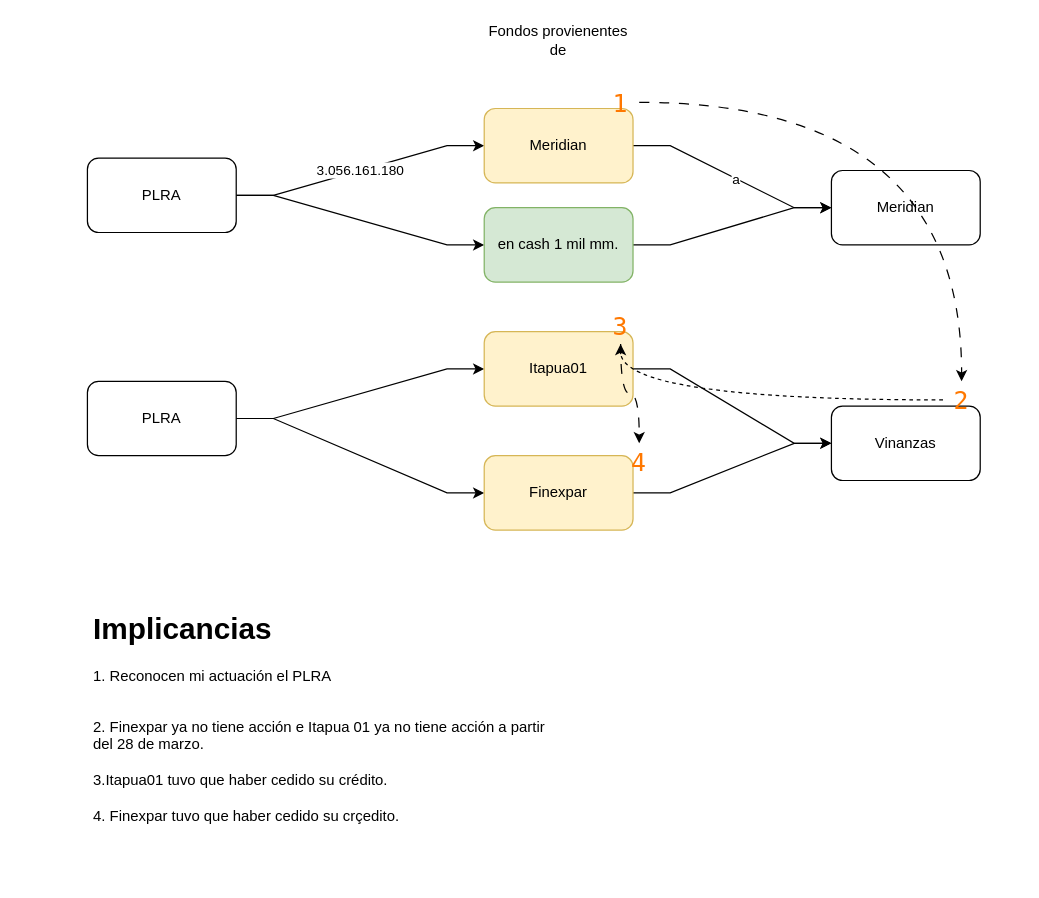
Earlier version of the draw.io diagram picnic.drawio (FriendsAtDawn/drawio). Source tidied: cells renumbered, new cells numbered last; positions are measured from the earlier drawing's top-left corner, leaving out a move shared by most shapes. Both pictures are drawn from the tidied source at 124%, with x=0, y=0 at pixel (87, 21).
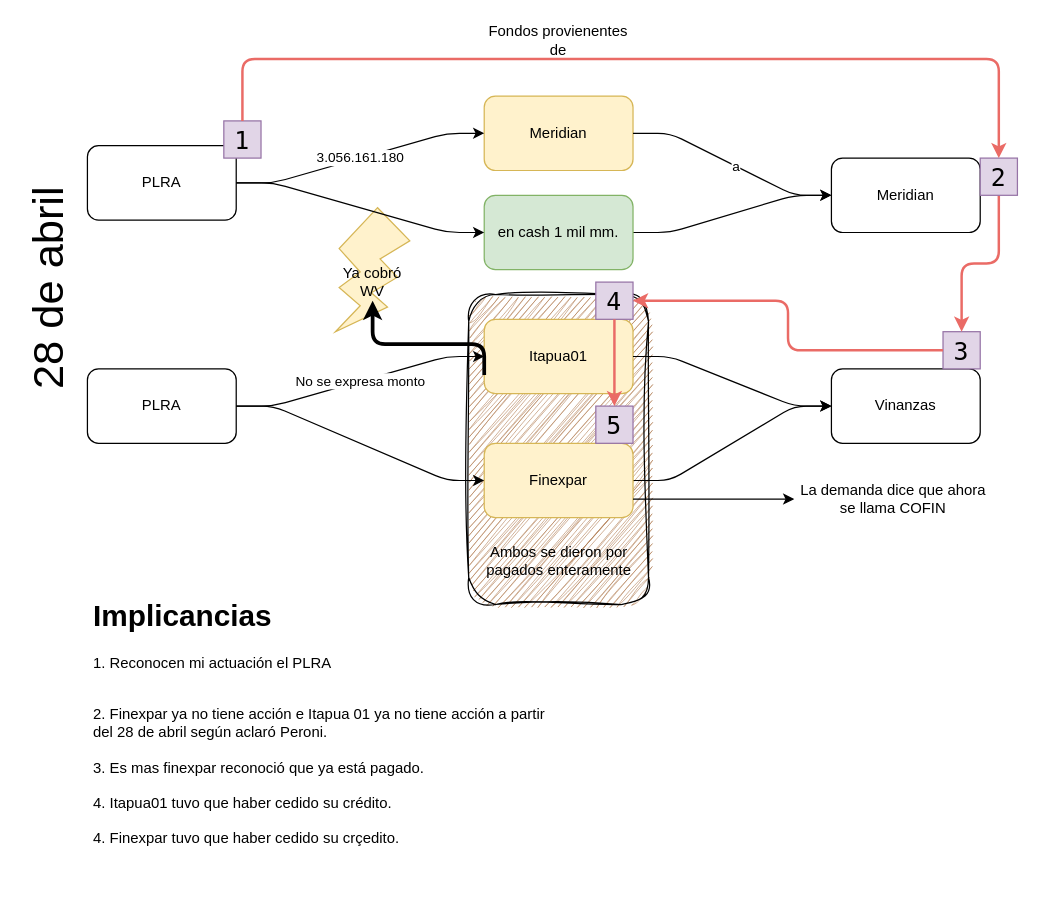
Above is the later version.

Change to the diagram source:
```diff
@@
+    <mxCell id="14" value="Fondos provienentes de" style="text;html=1;strokeColor=none;fillColor=none;align=center;verticalAlign=middle;whiteSpace=wrap;rounded=0;" parent="1" vertex="1">
+      <mxGeometry x="315" width="130" height="30" as="geometry" />
+    </mxCell>
+    <mxCell id="28" style="group;" parent="1" vertex="1">
+      <mxGeometry x="-47.5" y="30" width="797.5" height="650" as="geometry" />
+    </mxCell>
+    <mxCell id="29" style="verticalLabelPosition=bottom;verticalAlign=top;html=1;shape=mxgraph.basic.flash;fillColor=#fff2cc;strokeColor=#d6b656;" parent="28" vertex="1">
+      <mxGeometry x="247.5" y="120" width="60" height="100" as="geometry" />
+    </mxCell>
+    <mxCell id="30" style="rounded=1;whiteSpace=wrap;html=1;gradientColor=none;sketch=1;curveFitting=1;jiggle=2;fillColor=#b5835a;" parent="28" vertex="1">
+      <mxGeometry x="355" y="190" width="145" height="250" as="geometry" />
+    </mxCell>
+    <mxCell id="4" value="PLRA" style="rounded=1;whiteSpace=wrap;html=1;" parent="28" vertex="1">
+      <mxGeometry x="47.5" y="70" width="120" height="60" as="geometry" />
+    </mxCell>
+    <mxCell id="7" value="Meridian" style="rounded=1;whiteSpace=wrap;html=1;fillColor=#fff2cc;strokeColor=#d6b656;" parent="28" vertex="1">
+      <mxGeometry x="367.5" y="30" width="120" height="60" as="geometry" />
+    </mxCell>
-    <mxCell id="2" value="&lt;div&gt;3.056.161.180&lt;/div&gt;" style="edgeStyle=entityRelationEdgeStyle;rounded=0;jettySize=auto;html=1;" parent="1" edge="1" source="4" target="7">
+    <mxCell id="2" value="&lt;div&gt;3.056.161.180&lt;/div&gt;" style="edgeStyle=entityRelationEdgeStyle;rounded=1;jettySize=auto;html=1;strokeColor=default;" parent="28" edge="1" source="4" target="7">
       <mxGeometry relative="1" as="geometry" />
     </mxCell>
-    <mxCell id="3" style="edgeStyle=entityRelationEdgeStyle;rounded=0;jettySize=auto;html=1;exitX=1;exitY=0.5;exitDx=0;exitDy=0;entryX=0;entryY=0.5;entryDx=0;entryDy=0;" parent="1" edge="1" source="4" target="16">
-      <mxGeometry relative="1" as="geometry" />
-    </mxCell>
-    <mxCell id="4" value="PLRA" style="rounded=1;whiteSpace=wrap;html=1;" parent="1" vertex="1">
-      <mxGeometry y="110" width="120" height="60" as="geometry" />
-    </mxCell>
+    <mxCell id="10" value="PLRA" style="rounded=1;whiteSpace=wrap;html=1;" parent="28" vertex="1">
+      <mxGeometry x="47.5" y="250" width="120" height="60" as="geometry" />
+    </mxCell>
+    <mxCell id="12" value="Itapua01" style="rounded=1;whiteSpace=wrap;html=1;fillColor=#fff2cc;strokeColor=#d6b656;" parent="28" vertex="1">
+      <mxGeometry x="367.5" y="210" width="120" height="60" as="geometry" />
+    </mxCell>
+    <mxCell id="8" value="No se expresa monto" style="edgeStyle=entityRelationEdgeStyle;rounded=1;jettySize=auto;html=1;strokeColor=default;" parent="28" edge="1" source="10" target="12">
+      <mxGeometry relative="1" as="geometry" />
+    </mxCell>
+    <mxCell id="13" value="Meridian" style="rounded=1;whiteSpace=wrap;html=1;" parent="28" vertex="1">
+      <mxGeometry x="647.5" y="80" width="120" height="60" as="geometry" />
+    </mxCell>
-    <mxCell id="5" style="edgeStyle=entityRelationEdgeStyle;rounded=0;jettySize=auto;html=1;" parent="1" edge="1" source="7" target="13">
+    <mxCell id="5" style="edgeStyle=entityRelationEdgeStyle;rounded=1;jettySize=auto;html=1;strokeColor=default;" parent="28" edge="1" source="7" target="13">
       <mxGeometry relative="1" as="geometry" />
     </mxCell>
@@
-    <mxCell id="7" value="Meridian" style="rounded=1;whiteSpace=wrap;html=1;fillColor=#fff2cc;strokeColor=#d6b656;" parent="1" vertex="1">
-      <mxGeometry x="320" y="70" width="120" height="60" as="geometry" />
-    </mxCell>
-    <mxCell id="8" style="edgeStyle=entityRelationEdgeStyle;rounded=0;jettySize=auto;html=1;" parent="1" edge="1" source="10" target="12">
-      <mxGeometry relative="1" as="geometry" />
-    </mxCell>
-    <mxCell id="9" style="edgeStyle=entityRelationEdgeStyle;rounded=0;jettySize=auto;html=1;exitX=1;exitY=0.5;exitDx=0;exitDy=0;entryX=0;entryY=0.5;entryDx=0;entryDy=0;" parent="1" edge="1" source="10" target="19">
-      <mxGeometry relative="1" as="geometry" />
-    </mxCell>
-    <mxCell id="10" value="PLRA" style="rounded=1;whiteSpace=wrap;html=1;" parent="1" vertex="1">
-      <mxGeometry y="290" width="120" height="60" as="geometry" />
-    </mxCell>
-    <mxCell id="11" style="edgeStyle=entityRelationEdgeStyle;rounded=0;jettySize=auto;html=1;" parent="1" edge="1" source="12" target="17">
-      <mxGeometry relative="1" as="geometry" />
-    </mxCell>
-    <mxCell id="12" value="Itapua01" style="rounded=1;whiteSpace=wrap;html=1;fillColor=#fff2cc;strokeColor=#d6b656;" parent="1" vertex="1">
-      <mxGeometry x="320" y="250" width="120" height="60" as="geometry" />
-    </mxCell>
-    <mxCell id="13" value="Meridian" style="rounded=1;whiteSpace=wrap;html=1;" parent="1" vertex="1">
-      <mxGeometry x="600" y="120" width="120" height="60" as="geometry" />
-    </mxCell>
-    <mxCell id="14" value="Fondos provienentes de" style="text;html=1;strokeColor=none;fillColor=none;align=center;verticalAlign=middle;whiteSpace=wrap;rounded=0;" parent="1" vertex="1">
-      <mxGeometry x="315" width="130" height="30" as="geometry" />
-    </mxCell>
-    <mxCell id="15" style="edgeStyle=entityRelationEdgeStyle;rounded=0;jettySize=auto;html=1;exitX=1;exitY=0.5;exitDx=0;exitDy=0;entryX=0;entryY=0.5;entryDx=0;entryDy=0;" parent="1" edge="1" source="16" target="13">
+    <mxCell id="15" style="edgeStyle=entityRelationEdgeStyle;rounded=1;jettySize=auto;html=1;exitX=1;exitY=0.5;exitDx=0;exitDy=0;entryX=0;entryY=0.5;entryDx=0;entryDy=0;strokeColor=default;" parent="28" edge="1" source="16" target="13">
       <mxGeometry relative="1" as="geometry" />
     </mxCell>
-    <mxCell id="16" value="en cash 1 mil mm." style="rounded=1;whiteSpace=wrap;html=1;fillColor=#d5e8d4;strokeColor=#82b366;" parent="1" vertex="1">
-      <mxGeometry x="320" y="150" width="120" height="60" as="geometry" />
+    <mxCell id="16" value="en cash 1 mil mm." style="rounded=1;whiteSpace=wrap;html=1;fillColor=#d5e8d4;strokeColor=#82b366;" parent="28" vertex="1">
+      <mxGeometry x="367.5" y="110" width="120" height="60" as="geometry" />
     </mxCell>
+    <mxCell id="3" style="edgeStyle=entityRelationEdgeStyle;rounded=1;jettySize=auto;html=1;exitX=1;exitY=0.5;exitDx=0;exitDy=0;entryX=0;entryY=0.5;entryDx=0;entryDy=0;strokeColor=default;" parent="28" edge="1" source="4" target="16">
+      <mxGeometry relative="1" as="geometry" />
+    </mxCell>
-    <mxCell id="17" value="Vinanzas" style="rounded=1;whiteSpace=wrap;html=1;" parent="1" vertex="1">
-      <mxGeometry x="600" y="310" width="120" height="60" as="geometry" />
+    <mxCell id="17" value="Vinanzas" style="rounded=1;whiteSpace=wrap;html=1;" parent="28" vertex="1">
+      <mxGeometry x="647.5" y="250" width="120" height="60" as="geometry" />
     </mxCell>
+    <mxCell id="11" style="edgeStyle=entityRelationEdgeStyle;rounded=1;jettySize=auto;html=1;strokeColor=default;" parent="28" edge="1" source="12" target="17">
+      <mxGeometry relative="1" as="geometry" />
+    </mxCell>
-    <mxCell id="18" style="edgeStyle=entityRelationEdgeStyle;rounded=0;jettySize=auto;html=1;exitX=1;exitY=0.5;exitDx=0;exitDy=0;entryX=0;entryY=0.5;entryDx=0;entryDy=0;" parent="1" edge="1" source="19" target="17">
+    <mxCell id="18" style="edgeStyle=entityRelationEdgeStyle;rounded=1;jettySize=auto;html=1;exitX=1;exitY=0.5;exitDx=0;exitDy=0;entryX=0;entryY=0.5;entryDx=0;entryDy=0;strokeColor=default;" parent="28" edge="1" source="19" target="17">
       <mxGeometry relative="1" as="geometry" />
     </mxCell>
-    <mxCell id="19" value="Finexpar" style="rounded=1;whiteSpace=wrap;html=1;fillColor=#fff2cc;strokeColor=#d6b656;" parent="1" vertex="1">
-      <mxGeometry x="320" y="350" width="120" height="60" as="geometry" />
+    <mxCell id="19" value="Finexpar" style="rounded=1;whiteSpace=wrap;html=1;fillColor=#fff2cc;strokeColor=#d6b656;" parent="28" vertex="1">
+      <mxGeometry x="367.5" y="310" width="120" height="60" as="geometry" />
     </mxCell>
+    <mxCell id="9" style="edgeStyle=entityRelationEdgeStyle;rounded=1;jettySize=auto;html=1;exitX=1;exitY=0.5;exitDx=0;exitDy=0;entryX=0;entryY=0.5;entryDx=0;entryDy=0;strokeColor=default;" parent="28" edge="1" source="10" target="19">
+      <mxGeometry relative="1" as="geometry" />
+    </mxCell>
-    <mxCell id="20" value="&lt;h1&gt;Implicancias&lt;/h1&gt;&lt;p&gt;1. Reconocen mi actuación el PLRA&lt;br&gt;&lt;/p&gt;&lt;div&gt;&lt;br&gt;&lt;/div&gt;&lt;div&gt;2. Finexpar ya no tiene acción e Itapua 01 ya no tiene acción a partir del 28 de marzo.&lt;/div&gt;&lt;div&gt;&lt;br&gt;&lt;/div&gt;&lt;div&gt;3.Itapua01 tuvo que haber cedido su crédito.&lt;/div&gt;&lt;div&gt;&lt;br&gt;&lt;/div&gt;&lt;div&gt;4. Finexpar tuvo que haber cedido su crçedito.&lt;br&gt;&lt;/div&gt;" style="text;html=1;strokeColor=none;fillColor=none;spacing=5;spacingTop=-20;whiteSpace=wrap;overflow=hidden;rounded=0;" parent="1" vertex="1">
-      <mxGeometry y="470" width="380" height="220" as="geometry" />
+    <mxCell id="20" value="&lt;h1&gt;Implicancias&lt;/h1&gt;&lt;p&gt;1. Reconocen mi actuación el PLRA&lt;br&gt;&lt;/p&gt;&lt;div&gt;&lt;br&gt;&lt;/div&gt;&lt;div&gt;2. Finexpar ya no tiene acción e Itapua 01 ya no tiene acción a partir del 28 de abril según aclaró Peroni.&lt;/div&gt;&lt;div&gt;&lt;br&gt;&lt;/div&gt;&lt;div&gt;3. Es mas finexpar reconoció que ya está pagado.&lt;br&gt;&lt;/div&gt;&lt;div&gt;&lt;br&gt;&lt;/div&gt;&lt;div&gt;4. Itapua01 tuvo que haber cedido su crédito.&lt;/div&gt;&lt;div&gt;&lt;br&gt;&lt;/div&gt;&lt;div&gt;4. Finexpar tuvo que haber cedido su crçedito.&lt;br&gt;&lt;/div&gt;" style="text;html=1;strokeColor=none;fillColor=none;spacing=5;spacingTop=-20;whiteSpace=wrap;overflow=hidden;rounded=0;" parent="28" vertex="1">
+      <mxGeometry x="47.5" y="430" width="380" height="220" as="geometry" />
     </mxCell>
-    <mxCell id="21" style="edgeStyle=orthogonalEdgeStyle;rounded=0;jettySize=auto;html=1;curved=1;dashed=1;dashPattern=8 8;" parent="1" edge="1" source="22" target="24">
-      <mxGeometry relative="1" as="geometry" />
-    </mxCell>
-    <mxCell id="22" value="1" style="text;html=1;strokeColor=none;fillColor=none;align=center;verticalAlign=middle;whiteSpace=wrap;rounded=0;fontFamily=Lucida Console;fontSize=20;fontColor=#ff7800;" parent="1" vertex="1">
-      <mxGeometry x="415" y="50" width="30" height="30" as="geometry" />
+    <mxCell id="22" value="1" style="text;html=1;strokeColor=#9673a6;fillColor=#e1d5e7;align=center;verticalAlign=middle;whiteSpace=wrap;rounded=0;fontFamily=Lucida Console;fontSize=20;" parent="28" vertex="1">
+      <mxGeometry x="157.5" y="50" width="30" height="30" as="geometry" />
     </mxCell>
+    <mxCell id="24" value="3" style="text;html=1;strokeColor=#9673a6;fillColor=#e1d5e7;align=center;verticalAlign=middle;whiteSpace=wrap;rounded=0;fontFamily=Lucida Console;fontSize=20;" parent="28" vertex="1">
+      <mxGeometry x="737.5" y="220" width="30" height="30" as="geometry" />
+    </mxCell>
+    <mxCell id="26" value="4" style="text;html=1;strokeColor=#9673a6;fillColor=#e1d5e7;align=center;verticalAlign=middle;whiteSpace=wrap;rounded=0;fontFamily=Lucida Console;fontSize=20;" parent="28" vertex="1">
+      <mxGeometry x="457.5" y="180" width="30" height="30" as="geometry" />
+    </mxCell>
-    <mxCell id="23" style="edgeStyle=orthogonalEdgeStyle;rounded=0;jettySize=auto;html=1;curved=1;dashed=1;" parent="1" edge="1" source="24" target="26">
+    <mxCell id="23" style="edgeStyle=orthogonalEdgeStyle;rounded=1;jettySize=auto;html=1;exitX=0;exitY=0.5;exitDx=0;exitDy=0;entryX=1;entryY=0.5;entryDx=0;entryDy=0;strokeColor=#EA6B66;strokeWidth=2;" parent="28" edge="1" source="24" target="26">
       <mxGeometry relative="1" as="geometry" />
     </mxCell>
-    <mxCell id="24" value="2" style="text;html=1;strokeColor=none;fillColor=none;align=center;verticalAlign=middle;whiteSpace=wrap;rounded=0;fontFamily=Lucida Console;fontSize=20;fontColor=#ff7800;" parent="1" vertex="1">
-      <mxGeometry x="690" y="290" width="30" height="30" as="geometry" />
-    </mxCell>
+    <mxCell id="27" value="5" style="text;html=1;strokeColor=#9673a6;fillColor=#e1d5e7;align=center;verticalAlign=middle;whiteSpace=wrap;rounded=0;fontFamily=Lucida Console;fontSize=20;" parent="28" vertex="1">
+      <mxGeometry x="457.5" y="280" width="30" height="30" as="geometry" />
+    </mxCell>
-    <mxCell id="25" style="edgeStyle=orthogonalEdgeStyle;rounded=0;jettySize=auto;html=1;curved=1;dashed=1;dashPattern=8 8;" parent="1" edge="1" source="26" target="27">
+    <mxCell id="25" style="edgeStyle=orthogonalEdgeStyle;rounded=1;jettySize=auto;html=1;strokeColor=#EA6B66;strokeWidth=2;" parent="28" edge="1" source="26" target="27">
       <mxGeometry relative="1" as="geometry" />
     </mxCell>
-    <mxCell id="26" value="3" style="text;html=1;strokeColor=none;fillColor=none;align=center;verticalAlign=middle;whiteSpace=wrap;rounded=0;fontFamily=Lucida Console;fontSize=20;fontColor=#ff7800;" parent="1" vertex="1">
-      <mxGeometry x="415" y="230" width="30" height="30" as="geometry" />
-    </mxCell>
-    <mxCell id="27" value="4" style="text;html=1;strokeColor=none;fillColor=none;align=center;verticalAlign=middle;whiteSpace=wrap;rounded=0;fontFamily=Lucida Console;fontSize=20;fontColor=#ff7800;" parent="1" vertex="1">
-      <mxGeometry x="430" y="340" width="30" height="30" as="geometry" />
-    </mxCell>
+    <mxCell id="31" style="edgeStyle=orthogonalEdgeStyle;rounded=1;jettySize=auto;html=1;exitX=0.5;exitY=1;exitDx=0;exitDy=0;entryX=0.5;entryY=0;entryDx=0;entryDy=0;strokeColor=#EA6B66;strokeWidth=2;" parent="28" edge="1" source="32" target="24">
+      <mxGeometry relative="1" as="geometry" />
+    </mxCell>
+    <mxCell id="32" value="2" style="text;html=1;strokeColor=#9673a6;fillColor=#e1d5e7;align=center;verticalAlign=middle;whiteSpace=wrap;rounded=0;fontFamily=Lucida Console;fontSize=20;" parent="28" vertex="1">
+      <mxGeometry x="767.5" y="80" width="30" height="30" as="geometry" />
+    </mxCell>
+    <mxCell id="33" style="edgeStyle=orthogonalEdgeStyle;rounded=1;jettySize=auto;html=1;exitX=0.5;exitY=0;exitDx=0;exitDy=0;entryX=0.5;entryY=0;entryDx=0;entryDy=0;strokeColor=#EA6B66;strokeWidth=2;" parent="28" edge="1" source="22" target="32">
+      <mxGeometry relative="1" as="geometry">
+        <Array as="points">
+          <mxPoint x="172.5" />
+          <mxPoint x="782.5" />
+        </Array>
+      </mxGeometry>
+    </mxCell>
+    <mxCell id="34" value="28 de abril" style="text;html=1;strokeColor=none;fillColor=none;align=center;verticalAlign=middle;whiteSpace=wrap;rounded=0;strokeWidth=0;fontSize=35;rotation=-90;" parent="28" vertex="1">
+      <mxGeometry x="-102.5" y="170" width="235" height="30" as="geometry" />
+    </mxCell>
+    <mxCell id="35" value="Ambos se dieron por pagados enteramente" style="text;html=1;strokeColor=none;fillColor=none;align=center;verticalAlign=middle;whiteSpace=wrap;rounded=0;" parent="28" vertex="1">
+      <mxGeometry x="355" y="390" width="145" height="30" as="geometry" />
+    </mxCell>
+    <mxCell id="36" value="Ya cobró WV" style="text;html=1;strokeColor=none;fillColor=none;align=center;verticalAlign=middle;whiteSpace=wrap;rounded=0;" parent="28" vertex="1">
+      <mxGeometry x="247.5" y="165" width="60" height="30" as="geometry" />
+    </mxCell>
+    <mxCell id="37" style="edgeStyle=orthogonalEdgeStyle;rounded=1;jettySize=auto;html=1;exitX=0;exitY=0.75;exitDx=0;exitDy=0;strokeWidth=3;" parent="28" edge="1" source="12" target="36">
+      <mxGeometry relative="1" as="geometry">
+        <Array as="points">
+          <mxPoint x="367.5" y="230" />
+          <mxPoint x="277.5" y="230" />
+        </Array>
+      </mxGeometry>
+    </mxCell>
+    <mxCell id="38" value="La demanda dice que ahora se llama COFIN" style="text;html=1;strokeColor=none;fillColor=none;align=center;verticalAlign=middle;whiteSpace=wrap;rounded=0;" parent="1" vertex="1">
+      <mxGeometry x="570" y="370" width="160" height="30" as="geometry" />
+    </mxCell>
+    <mxCell id="39" style="edgeStyle=orthogonalEdgeStyle;rounded=0;jettySize=auto;html=1;exitX=1;exitY=0.75;exitDx=0;exitDy=0;" parent="1" edge="1" source="19" target="38">
+      <mxGeometry relative="1" as="geometry" />
+    </mxCell>
```
